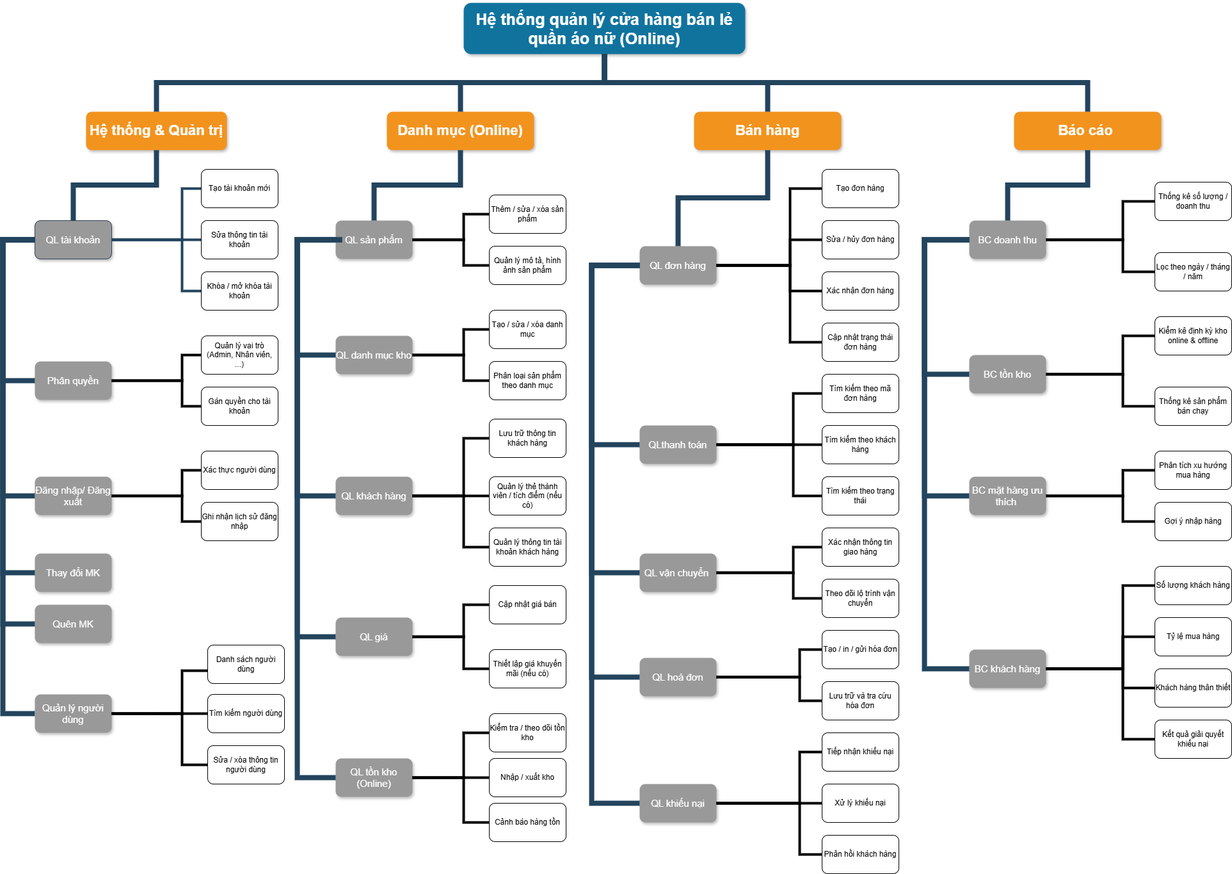
Above: clothesShop.drawio.png in Vulien/Diagram (draw.io), before the change. Source tidied: cells renumbered, new cells last; positions are measured from the earlier drawing's top-left corner, leaving out a move shared by most shapes.
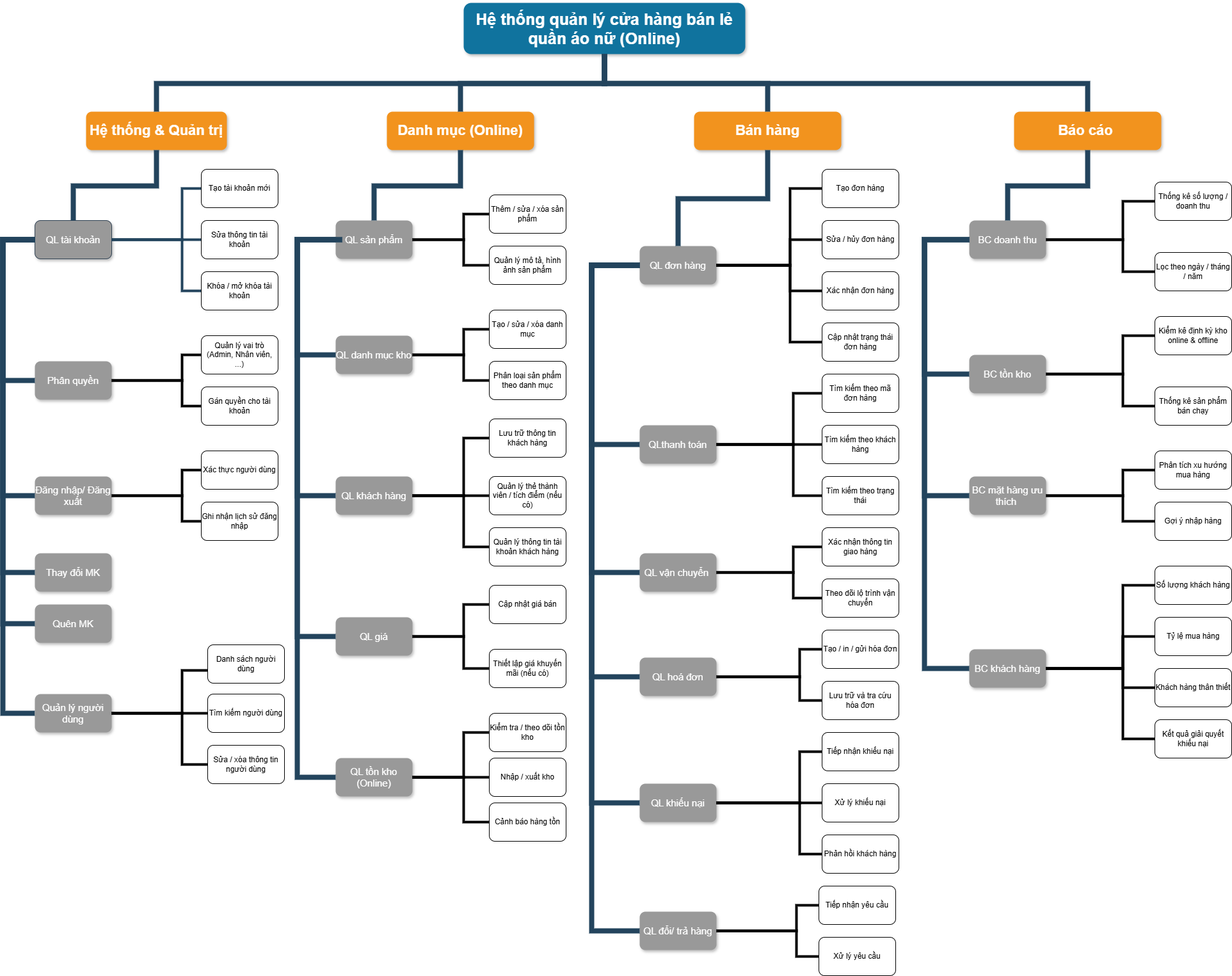
After the change.

Commit message:
Cập nhật clothesShop.drawio.png

Diff of the diagram source:
```diff
@@ -753,40 +753,39 @@
         </Array>
       </mxGeometry>
     </mxCell>
-    <mxCell id="145" style="edgeStyle=elbowEdgeStyle;elbow=horizontal;rounded=0;fontColor=#000000;endArrow=none;endFill=0;strokeWidth=8;strokeColor=#23445D;" parent="1" edge="1" target="x">
-      <mxGeometry relative="1" as="geometry">
-        <mxPoint x="2130" y="375" as="sourcePoint" />
-        <Array as="points">
-          <mxPoint x="2060" y="635" />
-        </Array>
-      </mxGeometry>
-    </mxCell>
-    <mxCell id="146" style="edgeStyle=elbowEdgeStyle;elbow=horizontal;rounded=0;fontColor=#000000;endArrow=none;endFill=0;strokeWidth=8;strokeColor=#23445D;" parent="1" edge="1" target="x">
-      <mxGeometry relative="1" as="geometry">
-        <mxPoint x="2130" y="375" as="sourcePoint" />
-        <Array as="points">
-          <mxPoint x="2060" y="905" />
-          <mxPoint x="2060" y="1075" />
-        </Array>
-      </mxGeometry>
-    </mxCell>
-    <mxCell id="147" style="edgeStyle=elbowEdgeStyle;elbow=horizontal;rounded=0;fontColor=#000000;endArrow=none;endFill=0;strokeWidth=8;strokeColor=#23445D;exitX=0;exitY=0.5;exitDx=0;exitDy=0;entryX=0;entryY=0.5;entryDx=0;entryDy=0;" parent="1" edge="1" target="x">
-      <mxGeometry relative="1" as="geometry">
-        <mxPoint x="2130" y="375" as="sourcePoint" />
-        <Array as="points">
-          <mxPoint x="2060" y="919" />
-          <mxPoint x="2060" y="1089" />
-        </Array>
-      </mxGeometry>
-    </mxCell>
-    <mxCell id="148" style="edgeStyle=elbowEdgeStyle;elbow=horizontal;rounded=0;fontColor=#000000;endArrow=none;endFill=0;strokeWidth=8;strokeColor=#23445D;entryX=0;entryY=0.5;entryDx=0;entryDy=0;exitX=0;exitY=0.5;exitDx=0;exitDy=0;" parent="1" edge="1" target="x">
-      <mxGeometry relative="1" as="geometry">
-        <mxPoint x="2130" y="375" as="sourcePoint" />
-        <Array as="points">
-          <mxPoint x="2060" y="922" />
-          <mxPoint x="2060" y="1092" />
-        </Array>
-      </mxGeometry>
-    </mxCell>
+    <mxCell id="149" value="QL đổi/ trả hàng" style="whiteSpace=wrap;rounded=1;fillColor=#999999;strokeColor=none;shadow=1;fontColor=#FFFFFF;fontStyle=0;fontSize=15;" parent="1" vertex="1">
+      <mxGeometry x="1095" y="1420" width="120" height="60" as="geometry" />
+    </mxCell>
+    <mxCell id="150" value="Tiếp nhận yêu cầu" style="rounded=1;whiteSpace=wrap;html=1;" parent="1" vertex="1">
+      <mxGeometry x="1375" y="1380" width="120" height="60" as="geometry" />
+    </mxCell>
+    <mxCell id="151" value="Xử lý yêu cầu" style="rounded=1;whiteSpace=wrap;html=1;" parent="1" vertex="1">
+      <mxGeometry x="1375" y="1460" width="120" height="60" as="geometry" />
+    </mxCell>
+    <mxCell id="152" style="endArrow=none;html=1;rounded=0;entryX=0;entryY=0.5;entryDx=0;entryDy=0;strokeWidth=4;exitX=1;exitY=0.5;exitDx=0;exitDy=0;" parent="1" edge="1" source="149" target="150">
+      <mxGeometry relative="1" as="geometry">
+        <Array as="points">
+          <mxPoint x="1340" y="1450" />
+          <mxPoint x="1340" y="1410" />
+        </Array>
+      </mxGeometry>
+    </mxCell>
+    <mxCell id="153" style="endArrow=none;html=1;rounded=0;strokeWidth=4;entryX=0;entryY=0.5;entryDx=0;entryDy=0;exitX=1;exitY=0.5;exitDx=0;exitDy=0;" parent="1" edge="1" source="149" target="151">
+      <mxGeometry relative="1" as="geometry">
+        <Array as="points">
+          <mxPoint x="1340" y="1450" />
+          <mxPoint x="1340" y="1490" />
+        </Array>
+      </mxGeometry>
+    </mxCell>
+    <mxCell id="154" style="edgeStyle=elbowEdgeStyle;elbow=horizontal;rounded=0;fontColor=#000000;endArrow=none;endFill=0;strokeWidth=8;strokeColor=#23445D;entryX=0;entryY=0.5;entryDx=0;entryDy=0;exitX=0;exitY=0.5;exitDx=0;exitDy=0;" parent="1" edge="1" target="149">
+      <mxGeometry relative="1" as="geometry">
+        <mxPoint x="1085" y="410" as="sourcePoint" />
+        <Array as="points">
+          <mxPoint x="1020" y="1000" />
+          <mxPoint x="1030" y="1326" />
+        </Array>
+      </mxGeometry>
+    </mxCell>
   </root>
 </mxGraphModel>
```
